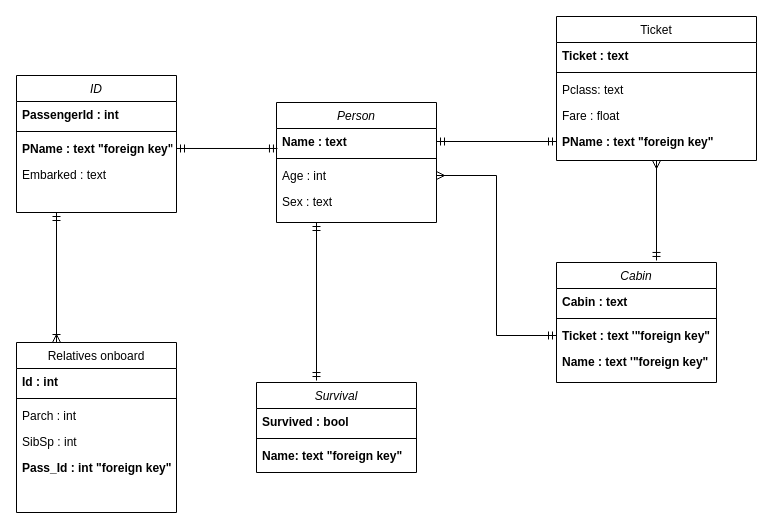
Above: Ешефтшс.drawio in ivankondratyev/AI_Arch_IU (draw.io), before the change. Source tidied: cells renumbered, new cells numbered last; positions are measured from the earlier drawing's top-left corner, leaving out a move shared by most shapes. Both pictures are drawn from the tidied source at 100%, with x=0, y=0 at pixel (16, 16).
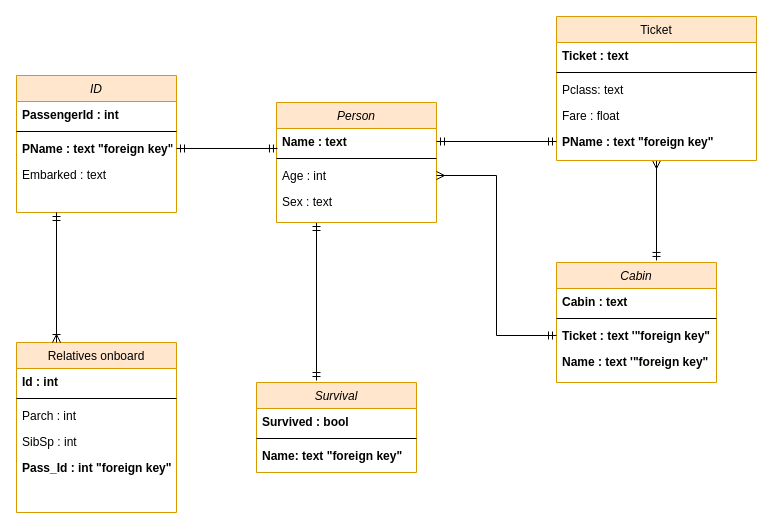
The same diagram, later.

Diff of the diagram source:
```diff
@@
-    <mxCell id="3" value="Person" style="swimlane;fontStyle=2;align=center;verticalAlign=top;horizontal=1;startSize=26;rounded=0;shadow=0;strokeWidth=1;" parent="1" vertex="1">
+    <mxCell id="3" value="Person" style="swimlane;fontStyle=2;align=center;verticalAlign=top;horizontal=1;startSize=26;rounded=0;shadow=0;strokeWidth=1;fillColor=#ffe6cc;strokeColor=#d79b00;" parent="1" vertex="1">
       <mxGeometry x="260" y="86" width="160" height="120" as="geometry" />
     </mxCell>
@@
-    <mxCell id="8" value="Relatives onboard" style="swimlane;fontStyle=0;align=center;verticalAlign=top;horizontal=1;startSize=26;rounded=0;shadow=0;strokeWidth=1;" parent="1" vertex="1">
+    <mxCell id="8" value="Relatives onboard" style="swimlane;fontStyle=0;align=center;verticalAlign=top;horizontal=1;startSize=26;rounded=0;shadow=0;strokeWidth=1;fillColor=#ffe6cc;strokeColor=#d79b00;" parent="1" vertex="1">
       <mxGeometry y="326" width="160" height="170" as="geometry" />
     </mxCell>
@@
-    <mxCell id="15" value="Ticket" style="swimlane;fontStyle=0;align=center;verticalAlign=top;horizontal=1;startSize=26;rounded=0;shadow=0;strokeWidth=1;" parent="1" vertex="1">
+    <mxCell id="15" value="Ticket" style="swimlane;fontStyle=0;align=center;verticalAlign=top;horizontal=1;startSize=26;rounded=0;shadow=0;strokeWidth=1;fillColor=#ffe6cc;strokeColor=#d79b00;" parent="1" vertex="1">
       <mxGeometry x="540" width="200" height="144" as="geometry" />
     </mxCell>
@@
-    <mxCell id="21" value="ID" style="swimlane;fontStyle=2;align=center;verticalAlign=top;horizontal=1;startSize=26;rounded=0;shadow=0;strokeWidth=1;" parent="1" vertex="1">
+    <mxCell id="21" value="ID" style="swimlane;fontStyle=2;align=center;verticalAlign=top;horizontal=1;startSize=26;rounded=0;shadow=0;strokeWidth=1;fillColor=#ffe6cc;strokeColor=#d79b00;fillStyle=auto;gradientColor=none;swimlaneFillColor=none;" parent="1" vertex="1">
       <mxGeometry y="59" width="160" height="137" as="geometry" />
     </mxCell>
@@
-    <mxCell id="26" value="Survival" style="swimlane;fontStyle=2;align=center;verticalAlign=top;horizontal=1;startSize=26;rounded=0;shadow=0;strokeWidth=1;" parent="1" vertex="1">
+    <mxCell id="26" value="Survival" style="swimlane;fontStyle=2;align=center;verticalAlign=top;horizontal=1;startSize=26;rounded=0;shadow=0;strokeWidth=1;fillColor=#ffe6cc;strokeColor=#d79b00;" parent="1" vertex="1">
       <mxGeometry x="240" y="366" width="160" height="90" as="geometry" />
     </mxCell>
@@
-    <mxCell id="33" value="Cabin" style="swimlane;fontStyle=2;align=center;verticalAlign=top;horizontal=1;startSize=26;rounded=0;shadow=0;strokeWidth=1;" parent="1" vertex="1">
+    <mxCell id="33" value="Cabin" style="swimlane;fontStyle=2;align=center;verticalAlign=top;horizontal=1;startSize=26;rounded=0;shadow=0;strokeWidth=1;fillColor=#ffe6cc;strokeColor=#d79b00;" parent="1" vertex="1">
       <mxGeometry x="540" y="246" width="160" height="120" as="geometry" />
     </mxCell>
```
